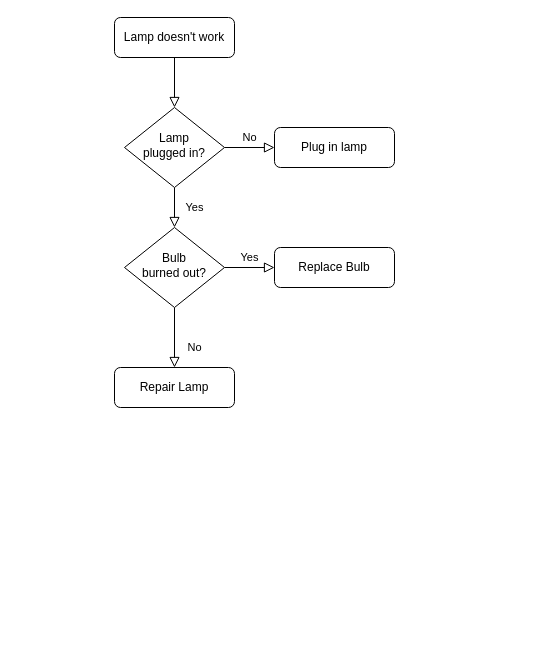
nokur15/nokur.icha keeps this draw.io diagram as Flowchart LTKA.drawio. Above is the earlier version. Source tidied: cells renumbered, new cells numbered last; positions are measured from the earlier drawing's top-left corner, leaving out a move shared by most shapes. Both pictures are drawn from the tidied source at 100%, with x=0, y=0 at pixel (114, 17).
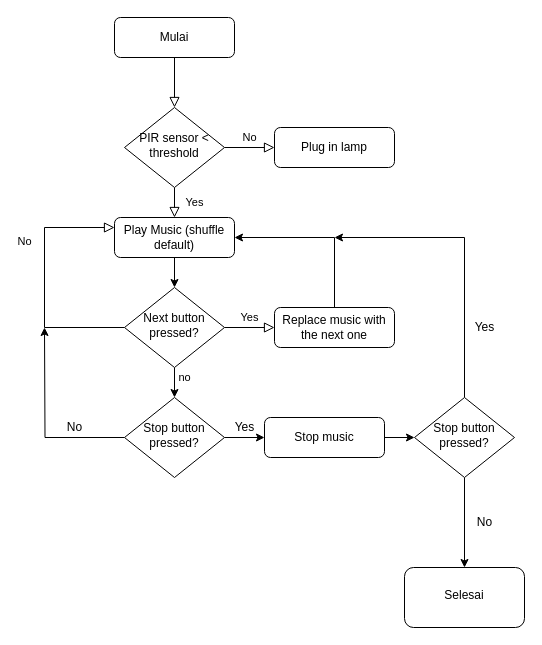
Above is the later version.

The edit, as a diff of the source:
```diff
@@
-    <mxCell id="3" value="Lamp doesn't work" style="rounded=1;whiteSpace=wrap;html=1;fontSize=12;glass=0;strokeWidth=1;shadow=0;" parent="1" vertex="1">
+    <mxCell id="3" value="Mulai" style="rounded=1;whiteSpace=wrap;html=1;fontSize=12;glass=0;strokeWidth=1;shadow=0;" parent="1" vertex="1">
       <mxGeometry width="120" height="40" as="geometry" />
     </mxCell>
-    <mxCell id="4" value="Yes" style="rounded=0;html=1;jettySize=auto;fontSize=11;endArrow=block;endFill=0;endSize=8;strokeWidth=1;shadow=0;labelBackgroundColor=none;edgeStyle=orthogonalEdgeStyle;" parent="1" edge="1" source="6" target="10">
-      <mxGeometry y="20" relative="1" as="geometry" />
+    <mxCell id="4" value="Yes" style="rounded=0;html=1;jettySize=auto;fontSize=11;endArrow=block;endFill=0;endSize=8;strokeWidth=1;shadow=0;labelBackgroundColor=none;edgeStyle=orthogonalEdgeStyle;" parent="1" edge="1" source="6">
+      <mxGeometry y="20" relative="1" as="geometry">
+        <mxPoint x="60" y="200" as="targetPoint" />
+      </mxGeometry>
     </mxCell>
@@
-    <mxCell id="6" value="Lamp&lt;br&gt;plugged in?" style="rhombus;whiteSpace=wrap;html=1;shadow=0;fontFamily=Helvetica;fontSize=12;align=center;strokeWidth=1;spacing=6;spacingTop=-4;" parent="1" vertex="1">
+    <mxCell id="6" value="PIR sensor &amp;lt; threshold" style="rhombus;whiteSpace=wrap;html=1;shadow=0;fontFamily=Helvetica;fontSize=12;align=center;strokeWidth=1;spacing=6;spacingTop=-4;" parent="1" vertex="1">
       <mxGeometry x="10" y="90" width="100" height="80" as="geometry" />
     </mxCell>
@@
-    <mxCell id="8" value="No" style="rounded=0;html=1;jettySize=auto;fontSize=11;endArrow=block;endFill=0;endSize=8;strokeWidth=1;shadow=0;labelBackgroundColor=none;edgeStyle=orthogonalEdgeStyle;" parent="1" edge="1" source="10" target="11">
-      <mxGeometry x="0.33" y="20" relative="1" as="geometry" />
+    <mxCell id="8" value="No" style="rounded=0;html=1;jettySize=auto;fontSize=11;endArrow=block;endFill=0;endSize=8;strokeWidth=1;shadow=0;labelBackgroundColor=none;edgeStyle=orthogonalEdgeStyle;entryX=0;entryY=0.25;entryDx=0;entryDy=0;exitX=0;exitY=0.5;exitDx=0;exitDy=0;" parent="1" edge="1" source="10" target="17">
+      <mxGeometry x="0.33" y="20" relative="1" as="geometry">
+        <Array as="points">
+          <mxPoint x="-70" y="310" />
+          <mxPoint x="-70" y="210" />
+        </Array>
+      </mxGeometry>
     </mxCell>
@@
+    <mxCell id="13" value="no" style="edgeStyle=orthogonalEdgeStyle;rounded=0;jettySize=auto;html=1;" parent="1" edge="1" source="10" target="20">
+      <mxGeometry x="0.2" y="10" relative="1" as="geometry" />
+    </mxCell>
-    <mxCell id="10" value="Bulb&lt;br&gt;burned out?" style="rhombus;whiteSpace=wrap;html=1;shadow=0;fontFamily=Helvetica;fontSize=12;align=center;strokeWidth=1;spacing=6;spacingTop=-4;" parent="1" vertex="1">
-      <mxGeometry x="10" y="210" width="100" height="80" as="geometry" />
+    <mxCell id="10" value="Next button pressed?" style="rhombus;whiteSpace=wrap;html=1;shadow=0;fontFamily=Helvetica;fontSize=12;align=center;strokeWidth=1;spacing=6;spacingTop=-4;" parent="1" vertex="1">
+      <mxGeometry x="10" y="270" width="100" height="80" as="geometry" />
     </mxCell>
+    <mxCell id="14" style="edgeStyle=orthogonalEdgeStyle;rounded=0;jettySize=auto;html=1;" parent="1" edge="1" source="11" target="25">
+      <mxGeometry relative="1" as="geometry" />
+    </mxCell>
-    <mxCell id="11" value="Repair Lamp" style="rounded=1;whiteSpace=wrap;html=1;fontSize=12;glass=0;strokeWidth=1;shadow=0;" parent="1" vertex="1">
-      <mxGeometry y="350" width="120" height="40" as="geometry" />
+    <mxCell id="11" value="Stop music" style="rounded=1;whiteSpace=wrap;html=1;fontSize=12;glass=0;strokeWidth=1;shadow=0;" parent="1" vertex="1">
+      <mxGeometry x="150" y="400" width="120" height="40" as="geometry" />
     </mxCell>
+    <mxCell id="15" style="edgeStyle=orthogonalEdgeStyle;rounded=0;jettySize=auto;html=1;exitX=0.5;exitY=0;exitDx=0;exitDy=0;entryX=1;entryY=0.5;entryDx=0;entryDy=0;" parent="1" edge="1" source="12" target="17">
+      <mxGeometry relative="1" as="geometry" />
+    </mxCell>
-    <mxCell id="12" value="Replace Bulb" style="rounded=1;whiteSpace=wrap;html=1;fontSize=12;glass=0;strokeWidth=1;shadow=0;" parent="1" vertex="1">
-      <mxGeometry x="160" y="230" width="120" height="40" as="geometry" />
+    <mxCell id="12" value="Replace music with the next one" style="rounded=1;whiteSpace=wrap;html=1;fontSize=12;glass=0;strokeWidth=1;shadow=0;" parent="1" vertex="1">
+      <mxGeometry x="160" y="290" width="120" height="40" as="geometry" />
     </mxCell>
+    <mxCell id="16" style="edgeStyle=orthogonalEdgeStyle;rounded=0;jettySize=auto;html=1;" parent="1" edge="1" source="17" target="10">
+      <mxGeometry relative="1" as="geometry" />
+    </mxCell>
+    <mxCell id="17" value="Play Music (shuffle default)" style="rounded=1;whiteSpace=wrap;html=1;fontSize=12;glass=0;strokeWidth=1;shadow=0;" parent="1" vertex="1">
+      <mxGeometry y="200" width="120" height="40" as="geometry" />
+    </mxCell>
+    <mxCell id="18" style="edgeStyle=orthogonalEdgeStyle;rounded=0;jettySize=auto;html=1;" parent="1" edge="1" source="20">
+      <mxGeometry relative="1" as="geometry">
+        <mxPoint x="-70" y="310" as="targetPoint" />
+      </mxGeometry>
+    </mxCell>
+    <mxCell id="19" style="edgeStyle=orthogonalEdgeStyle;rounded=0;jettySize=auto;html=1;" parent="1" edge="1" source="20" target="11">
+      <mxGeometry relative="1" as="geometry" />
+    </mxCell>
+    <mxCell id="20" value="Stop button pressed?" style="rhombus;whiteSpace=wrap;html=1;shadow=0;fontFamily=Helvetica;fontSize=12;align=center;strokeWidth=1;spacing=6;spacingTop=-4;" parent="1" vertex="1">
+      <mxGeometry x="10" y="380" width="100" height="80" as="geometry" />
+    </mxCell>
+    <mxCell id="21" value="No" style="text;html=1;align=center;verticalAlign=middle;" parent="1" vertex="1">
+      <mxGeometry x="-55" y="400" width="30" height="20" as="geometry" />
+    </mxCell>
+    <mxCell id="22" value="Yes" style="text;html=1;align=center;verticalAlign=middle;" parent="1" vertex="1">
+      <mxGeometry x="110" y="400" width="40" height="20" as="geometry" />
+    </mxCell>
+    <mxCell id="23" style="edgeStyle=orthogonalEdgeStyle;rounded=0;jettySize=auto;html=1;" parent="1" edge="1" source="25">
+      <mxGeometry relative="1" as="geometry">
+        <mxPoint x="220" y="220" as="targetPoint" />
+        <Array as="points">
+          <mxPoint x="350" y="220" />
+        </Array>
+      </mxGeometry>
+    </mxCell>
+    <mxCell id="24" style="edgeStyle=orthogonalEdgeStyle;rounded=0;jettySize=auto;html=1;" parent="1" edge="1" source="25" target="27">
+      <mxGeometry relative="1" as="geometry" />
+    </mxCell>
+    <mxCell id="25" value="Stop button pressed?" style="rhombus;whiteSpace=wrap;html=1;shadow=0;fontFamily=Helvetica;fontSize=12;align=center;strokeWidth=1;spacing=6;spacingTop=-4;" parent="1" vertex="1">
+      <mxGeometry x="300" y="380" width="100" height="80" as="geometry" />
+    </mxCell>
+    <mxCell id="26" value="Yes" style="text;html=1;align=center;verticalAlign=middle;" parent="1" vertex="1">
+      <mxGeometry x="350" y="300" width="40" height="20" as="geometry" />
+    </mxCell>
+    <mxCell id="27" value="Selesai" style="whiteSpace=wrap;html=1;shadow=0;strokeWidth=1;spacing=6;spacingTop=-4;rounded=1;" parent="1" vertex="1">
+      <mxGeometry x="290" y="550" width="120" height="60" as="geometry" />
+    </mxCell>
+    <mxCell id="28" value="No" style="text;html=1;align=center;verticalAlign=middle;" parent="1" vertex="1">
+      <mxGeometry x="355" y="495" width="30" height="20" as="geometry" />
+    </mxCell>
```
